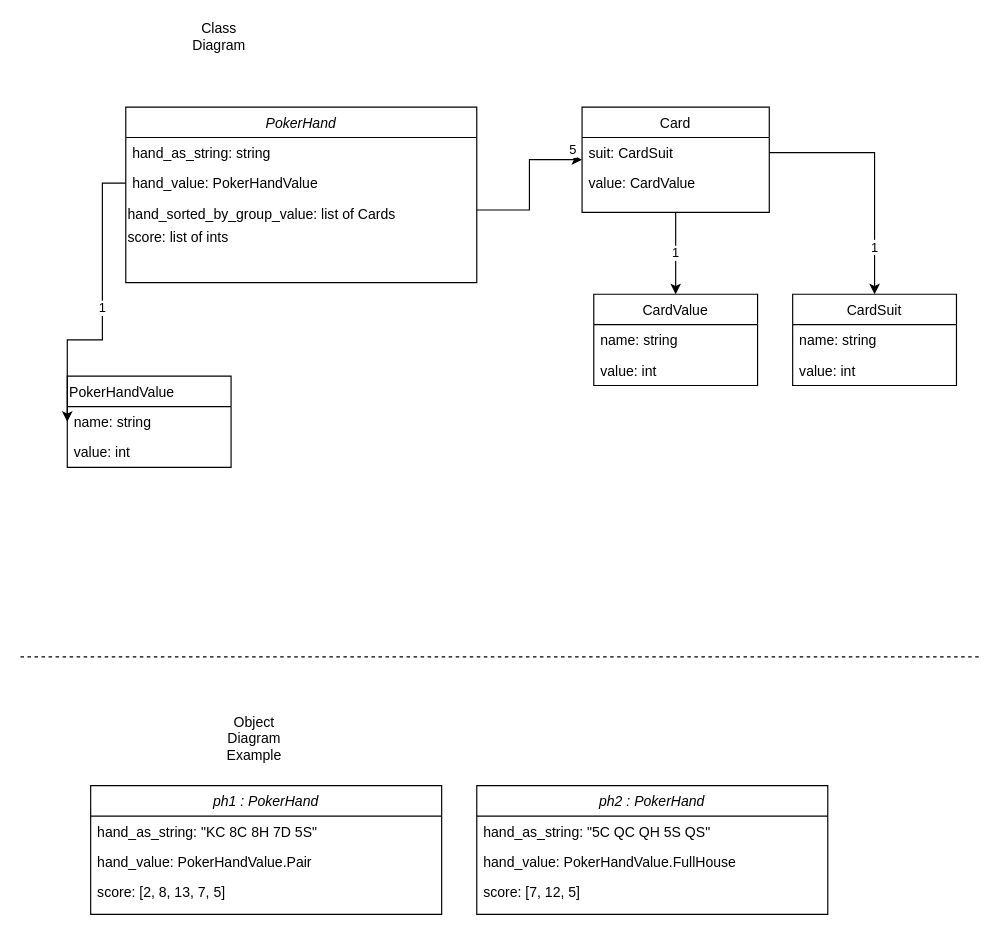
The draw.io diagram class_diagram.drawio in ShedPlant/SortablePokerHands, before the edit. Source tidied: cells renumbered, new cells numbered last; positions are measured from the earlier drawing's top-left corner, leaving out a move shared by most shapes. Both pictures are drawn from the tidied source at 117%, with x=0, y=0 at pixel (20, 25).
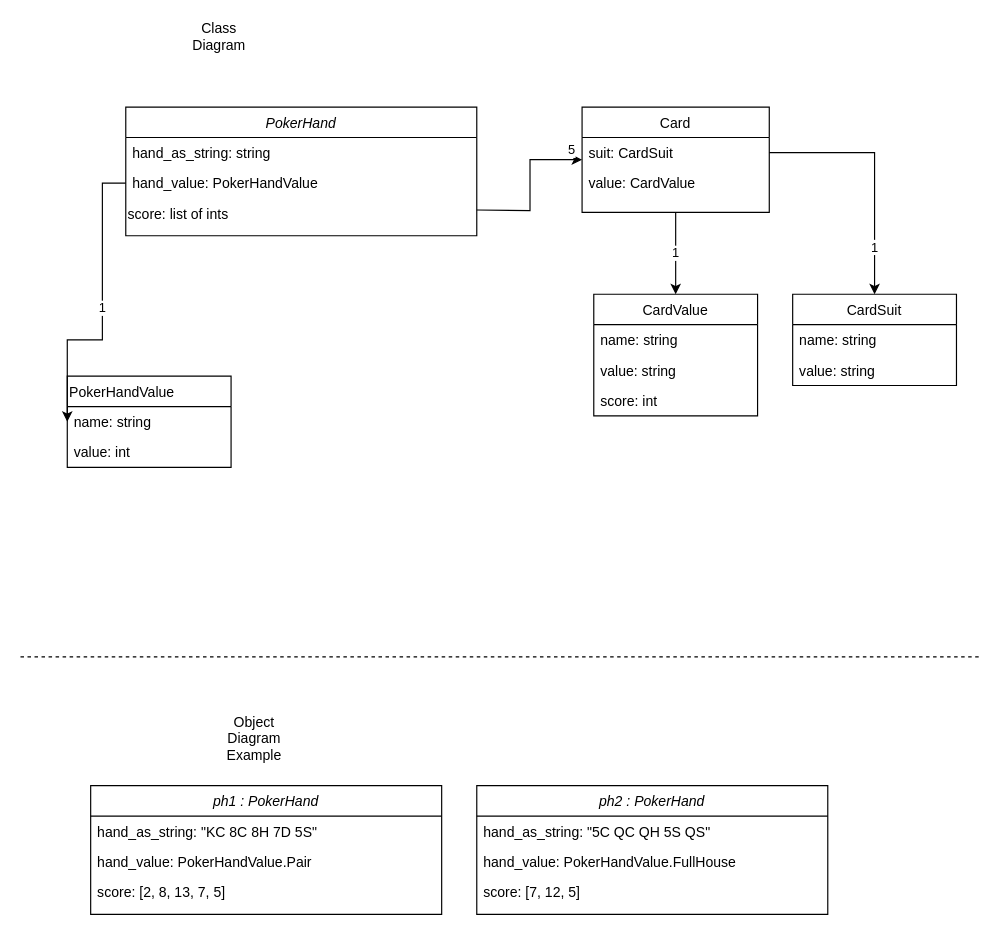
After the change.

Commit message:
update class diagram

Unchanged cells that the change refers to:
```xml
<mxCell id="7" value="Card" style="swimlane;fontStyle=0;align=center;verticalAlign=top;horizontal=1;startSize=26;rounded=0;shadow=0;strokeWidth=1;" parent="1" vertex="1">
  <mxGeometry x="480" y="70" width="160" height="90" as="geometry" />
</mxCell>
<mxCell id="13" value="CardSuit" style="swimlane;fontStyle=0;horizontal=1;startSize=26;fillColor=none;" parent="1" vertex="1">
  <mxGeometry x="660" y="230" width="140" height="78" as="geometry" />
</mxCell>
```

Diff of the diagram source:
```diff
@@
     <mxCell id="2" value="PokerHand" style="swimlane;fontStyle=2;align=center;verticalAlign=top;horizontal=1;startSize=26;rounded=0;shadow=0;strokeWidth=1;" parent="1" vertex="1">
-      <mxGeometry x="90" y="70" width="300" height="150" as="geometry" />
+      <mxGeometry x="90" y="70" width="300" height="110" as="geometry" />
     </mxCell>
@@
-    <mxCell id="5" value="hand_sorted_by_group_value: list of Cards" style="text;strokeColor=none;fillColor=none;align=left;verticalAlign=top;rounded=0;" parent="2" vertex="1">
-      <mxGeometry y="78" width="300" height="20" as="geometry" />
-    </mxCell>
     <mxCell id="6" value="score: list of ints" style="text;strokeColor=none;fillColor=none;align=left;verticalAlign=top;rounded=0;" parent="2" vertex="1">
-      <mxGeometry y="98" width="300" height="20" as="geometry" />
+      <mxGeometry y="78" width="300" height="20" as="geometry" />
     </mxCell>
@@
     <mxCell id="10" value="CardValue" style="swimlane;fontStyle=0;horizontal=1;startSize=26;fillColor=none;" parent="1" vertex="1">
-      <mxGeometry x="490" y="230" width="140" height="78" as="geometry" />
+      <mxGeometry x="490" y="230" width="140" height="104" as="geometry" />
     </mxCell>
@@
-    <mxCell id="12" value="value: int" style="text;strokeColor=none;fillColor=none;align=left;verticalAlign=top;spacingLeft=4;spacingRight=4;overflow=hidden;" parent="10" vertex="1">
+    <mxCell id="12" value="value: string" style="text;strokeColor=none;fillColor=none;align=left;verticalAlign=top;spacingLeft=4;spacingRight=4;overflow=hidden;" parent="10" vertex="1">
       <mxGeometry y="52" width="140" height="26" as="geometry" />
     </mxCell>
+    <mxCell id="34" value="score: int" style="text;strokeColor=none;fillColor=none;align=left;verticalAlign=top;spacingLeft=4;spacingRight=4;overflow=hidden;" parent="10" vertex="1">
+      <mxGeometry y="78" width="140" height="26" as="geometry" />
+    </mxCell>
@@
-    <mxCell id="15" value="value: int" style="text;strokeColor=none;fillColor=none;align=left;verticalAlign=top;spacingLeft=4;spacingRight=4;overflow=hidden;" parent="13" vertex="1">
+    <mxCell id="15" value="value: string" style="text;strokeColor=none;fillColor=none;align=left;verticalAlign=top;spacingLeft=4;spacingRight=4;overflow=hidden;" parent="13" vertex="1">
       <mxGeometry y="52" width="140" height="26" as="geometry" />
     </mxCell>
@@
-    <mxCell id="20" value="5" style="edgeStyle=orthogonalEdgeStyle;rounded=0;jettySize=auto;html=1;exitX=1;exitY=0.5;exitDx=0;exitDy=0;" parent="1" edge="1" source="5" target="7">
-      <mxGeometry x="0.88" y="8" relative="1" as="geometry" />
+    <mxCell id="20" value="5" style="edgeStyle=orthogonalEdgeStyle;rounded=0;jettySize=auto;html=1;exitX=1;exitY=0.5;exitDx=0;exitDy=0;" parent="1" edge="1" target="7">
+      <mxGeometry x="0.88" y="8" relative="1" as="geometry">
+        <mxPoint x="390" y="158" as="sourcePoint" />
+      </mxGeometry>
     </mxCell>
```
